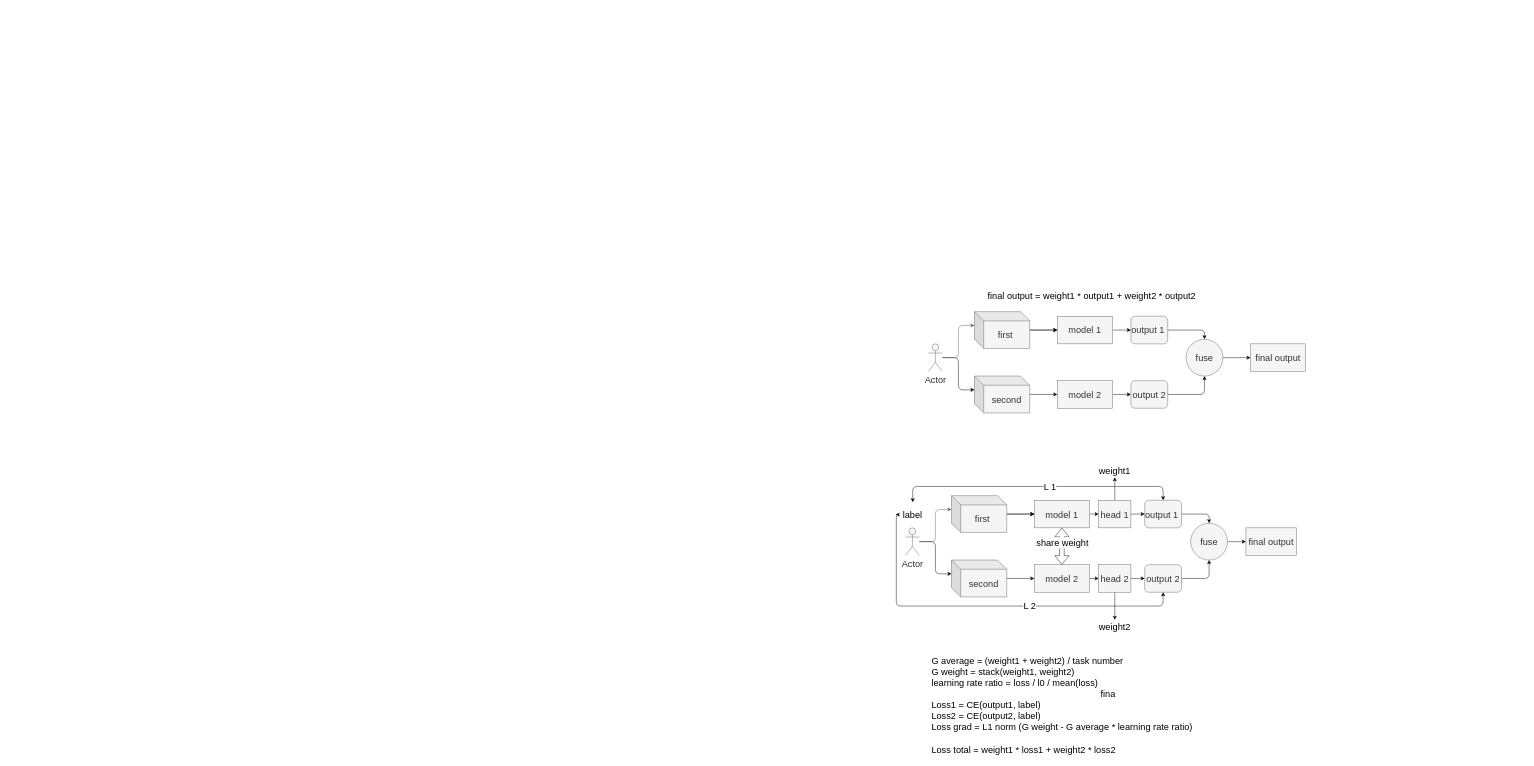
This is page "fusion" (2 of 3) of images/figure.drawio from ChenKaiXuSan/Auto_Gait_Fusion_PyTorch, a draw.io file, before an edit. Source tidied: cells renumbered, new cells numbered last; positions are measured from the earlier drawing's top-left corner, leaving out a move shared by most shapes. Both pictures are drawn from the tidied source at 46%, with x=0, y=0 at pixel (896, 288).
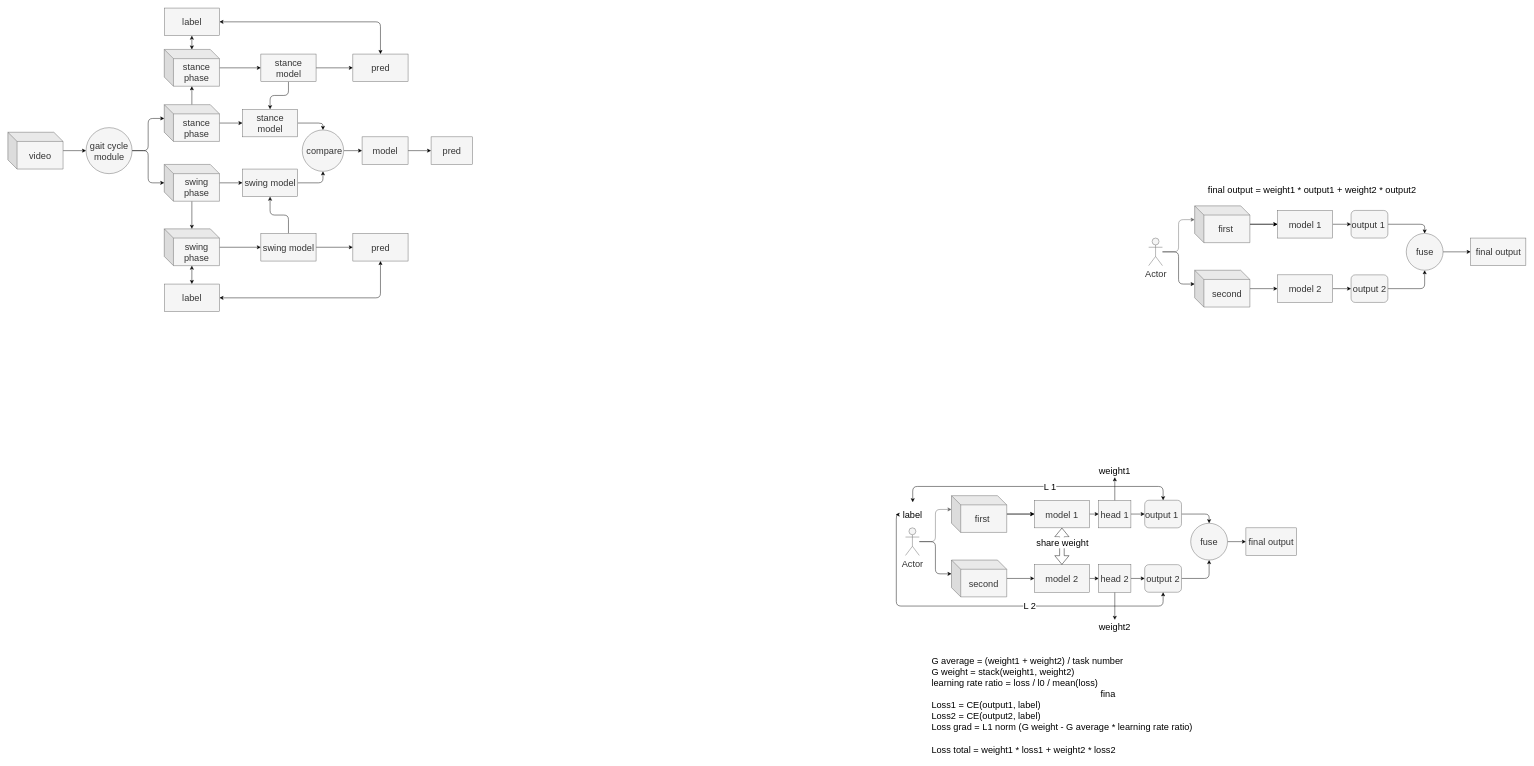
The same diagram, later.

Diff of the diagram source:
```diff
@@
     <mxCell id="3" value="model 1" style="rounded=0;whiteSpace=wrap;html=1;fillColor=#f5f5f5;fontColor=#333333;strokeColor=#666666;fontSize=20;" parent="1" vertex="1">
-      <mxGeometry x="350" y="60" width="120" height="60" as="geometry" />
+      <mxGeometry x="828.6" y="-170" width="120" height="60" as="geometry" />
     </mxCell>
@@
     <mxCell id="5" value="model 2" style="rounded=0;whiteSpace=wrap;html=1;fillColor=#f5f5f5;fontColor=#333333;strokeColor=#666666;fontSize=20;" parent="1" vertex="1">
-      <mxGeometry x="350" y="200" width="120" height="60" as="geometry" />
+      <mxGeometry x="828.6" y="-30" width="120" height="60" as="geometry" />
     </mxCell>
@@
     <mxCell id="8" value="Actor" style="shape=umlActor;verticalLabelPosition=bottom;verticalAlign=top;html=1;outlineConnect=0;fillColor=#f5f5f5;fontColor=#333333;strokeColor=#666666;fontSize=20;" parent="1" vertex="1">
-      <mxGeometry x="70" y="120" width="30" height="60" as="geometry" />
+      <mxGeometry x="548.6" y="-110" width="30" height="60" as="geometry" />
     </mxCell>
@@
     <mxCell id="11" value="first&amp;nbsp;" style="shape=cube;whiteSpace=wrap;html=1;boundedLbl=1;backgroundOutline=1;darkOpacity=0.05;darkOpacity2=0.1;fillColor=#f5f5f5;fontColor=#333333;strokeColor=#666666;fontSize=20;" parent="1" vertex="1">
-      <mxGeometry x="170" y="50" width="120" height="80" as="geometry" />
+      <mxGeometry x="648.6" y="-180" width="120" height="80" as="geometry" />
     </mxCell>
@@
     <mxCell id="13" value="second" style="shape=cube;whiteSpace=wrap;html=1;boundedLbl=1;backgroundOutline=1;darkOpacity=0.05;darkOpacity2=0.1;fillColor=#f5f5f5;fontColor=#333333;strokeColor=#666666;fontSize=20;" parent="1" vertex="1">
-      <mxGeometry x="170" y="190" width="120" height="80" as="geometry" />
+      <mxGeometry x="648.6" y="-40" width="120" height="80" as="geometry" />
     </mxCell>
@@
     <mxCell id="15" value="output 1&amp;nbsp;" style="rounded=1;whiteSpace=wrap;html=1;fillColor=#f5f5f5;fontColor=#333333;strokeColor=#666666;fontSize=20;" parent="1" vertex="1">
-      <mxGeometry x="510" y="60" width="80" height="60" as="geometry" />
+      <mxGeometry x="988.6" y="-170" width="80" height="60" as="geometry" />
     </mxCell>
@@
     <mxCell id="17" value="output 2" style="rounded=1;whiteSpace=wrap;html=1;fillColor=#f5f5f5;fontColor=#333333;strokeColor=#666666;fontSize=20;" parent="1" vertex="1">
-      <mxGeometry x="510" y="200" width="80" height="60" as="geometry" />
+      <mxGeometry x="988.6" y="-30" width="80" height="60" as="geometry" />
     </mxCell>
     <mxCell id="18" value="&lt;font color=&quot;#000000&quot; style=&quot;font-size: 20px;&quot;&gt;final output = weight1 * output1 + weight2 * output2&lt;br style=&quot;font-size: 20px;&quot;&gt;&lt;/font&gt;" style="text;html=1;strokeColor=none;fillColor=none;align=center;verticalAlign=middle;whiteSpace=wrap;rounded=0;fontSize=20;" parent="1" vertex="1">
-      <mxGeometry x="160" width="530" height="30" as="geometry" />
+      <mxGeometry x="638.6" y="-230" width="530" height="30" as="geometry" />
     </mxCell>
@@
     <mxCell id="20" value="fuse" style="ellipse;whiteSpace=wrap;html=1;fontColor=#333333;strokeColor=#666666;fillColor=#f5f5f5;fontSize=20;" parent="1" vertex="1">
-      <mxGeometry x="630" y="110" width="80" height="80" as="geometry" />
+      <mxGeometry x="1108.6" y="-120" width="80" height="80" as="geometry" />
     </mxCell>
@@
     <mxCell id="55" value="final output" style="whiteSpace=wrap;html=1;fontSize=20;fillColor=#f5f5f5;strokeColor=#666666;fontColor=#333333;" parent="1" vertex="1">
-      <mxGeometry x="770" y="120" width="120" height="60" as="geometry" />
+      <mxGeometry x="1248.6" y="-110" width="120" height="60" as="geometry" />
     </mxCell>
@@
+    <mxCell id="58" style="edgeStyle=none;html=1;" parent="1" edge="1" source="60" target="63">
+      <mxGeometry relative="1" as="geometry" />
+    </mxCell>
+    <mxCell id="59" style="edgeStyle=orthogonalEdgeStyle;html=1;startArrow=classic;startFill=1;" parent="1" edge="1" source="60" target="66">
+      <mxGeometry relative="1" as="geometry" />
+    </mxCell>
+    <mxCell id="60" value="stance phase" style="shape=cube;whiteSpace=wrap;html=1;boundedLbl=1;backgroundOutline=1;darkOpacity=0.05;darkOpacity2=0.1;fillColor=#f5f5f5;fontColor=#333333;strokeColor=#666666;fontSize=20;" parent="1" vertex="1">
+      <mxGeometry x="-1591.4" y="-520" width="120" height="80" as="geometry" />
+    </mxCell>
+    <mxCell id="61" style="edgeStyle=none;html=1;" parent="1" edge="1" source="63" target="64">
+      <mxGeometry relative="1" as="geometry" />
+    </mxCell>
+    <mxCell id="62" style="edgeStyle=orthogonalEdgeStyle;html=1;startArrow=none;startFill=0;" parent="1" edge="1" source="63" target="88">
+      <mxGeometry relative="1" as="geometry" />
+    </mxCell>
+    <mxCell id="63" value="stance model" style="rounded=0;whiteSpace=wrap;html=1;fillColor=#f5f5f5;fontColor=#333333;strokeColor=#666666;fontSize=20;" parent="1" vertex="1">
+      <mxGeometry x="-1381.4" y="-510" width="120" height="60" as="geometry" />
+    </mxCell>
+    <mxCell id="64" value="pred" style="whiteSpace=wrap;html=1;fontSize=20;fillColor=#f5f5f5;strokeColor=#666666;fontColor=#333333;rounded=0;" parent="1" vertex="1">
+      <mxGeometry x="-1181.4" y="-510" width="120" height="60" as="geometry" />
+    </mxCell>
+    <mxCell id="65" style="edgeStyle=orthogonalEdgeStyle;html=1;entryX=0.5;entryY=0;entryDx=0;entryDy=0;startArrow=classic;startFill=1;" parent="1" edge="1" source="66" target="64">
+      <mxGeometry relative="1" as="geometry" />
+    </mxCell>
+    <mxCell id="66" value="label" style="whiteSpace=wrap;html=1;fontSize=20;fillColor=#f5f5f5;strokeColor=#666666;fontColor=#333333;rounded=0;" parent="1" vertex="1">
+      <mxGeometry x="-1591.4" y="-610" width="120" height="60" as="geometry" />
+    </mxCell>
+    <mxCell id="67" style="edgeStyle=none;html=1;" parent="1" edge="1" source="69" target="72">
+      <mxGeometry relative="1" as="geometry" />
+    </mxCell>
+    <mxCell id="68" style="edgeStyle=orthogonalEdgeStyle;html=1;startArrow=classic;startFill=1;" parent="1" edge="1" source="69" target="75">
+      <mxGeometry relative="1" as="geometry" />
+    </mxCell>
+    <mxCell id="69" value="swing phase" style="shape=cube;whiteSpace=wrap;html=1;boundedLbl=1;backgroundOutline=1;darkOpacity=0.05;darkOpacity2=0.1;fillColor=#f5f5f5;fontColor=#333333;strokeColor=#666666;fontSize=20;" parent="1" vertex="1">
+      <mxGeometry x="-1591.4" y="-130" width="120" height="80" as="geometry" />
+    </mxCell>
+    <mxCell id="70" style="edgeStyle=none;html=1;" parent="1" edge="1" source="72" target="73">
+      <mxGeometry relative="1" as="geometry" />
+    </mxCell>
+    <mxCell id="71" style="edgeStyle=orthogonalEdgeStyle;html=1;startArrow=none;startFill=0;" parent="1" edge="1" source="72" target="90">
+      <mxGeometry relative="1" as="geometry" />
+    </mxCell>
+    <mxCell id="72" value="swing model" style="rounded=0;whiteSpace=wrap;html=1;fillColor=#f5f5f5;fontColor=#333333;strokeColor=#666666;fontSize=20;" parent="1" vertex="1">
+      <mxGeometry x="-1381.4" y="-120" width="120" height="60" as="geometry" />
+    </mxCell>
+    <mxCell id="73" value="pred" style="whiteSpace=wrap;html=1;fontSize=20;fillColor=#f5f5f5;strokeColor=#666666;fontColor=#333333;rounded=0;" parent="1" vertex="1">
+      <mxGeometry x="-1181.4" y="-120" width="120" height="60" as="geometry" />
+    </mxCell>
+    <mxCell id="74" style="edgeStyle=orthogonalEdgeStyle;html=1;entryX=0.5;entryY=1;entryDx=0;entryDy=0;startArrow=classic;startFill=1;" parent="1" edge="1" source="75" target="73">
+      <mxGeometry relative="1" as="geometry">
+        <Array as="points">
+          <mxPoint x="-1121.4" y="20" />
+        </Array>
+      </mxGeometry>
+    </mxCell>
+    <mxCell id="75" value="label" style="whiteSpace=wrap;html=1;fontSize=20;fillColor=#f5f5f5;strokeColor=#666666;fontColor=#333333;rounded=0;" parent="1" vertex="1">
+      <mxGeometry x="-1591.4" y="-10" width="120" height="60" as="geometry" />
+    </mxCell>
+    <mxCell id="76" style="edgeStyle=orthogonalEdgeStyle;html=1;startArrow=none;startFill=0;" parent="1" edge="1" source="77" target="80">
+      <mxGeometry relative="1" as="geometry" />
+    </mxCell>
+    <mxCell id="77" value="video" style="shape=cube;whiteSpace=wrap;html=1;boundedLbl=1;backgroundOutline=1;darkOpacity=0.05;darkOpacity2=0.1;fillColor=#f5f5f5;fontColor=#333333;strokeColor=#666666;fontSize=20;" parent="1" vertex="1">
+      <mxGeometry x="-1931.4" y="-340" width="120" height="80" as="geometry" />
+    </mxCell>
+    <mxCell id="78" style="edgeStyle=orthogonalEdgeStyle;html=1;startArrow=none;startFill=0;" parent="1" edge="1" source="80" target="86">
+      <mxGeometry relative="1" as="geometry" />
+    </mxCell>
+    <mxCell id="79" style="edgeStyle=orthogonalEdgeStyle;html=1;entryX=0;entryY=0;entryDx=0;entryDy=30;entryPerimeter=0;startArrow=none;startFill=0;" parent="1" edge="1" source="80" target="83">
+      <mxGeometry relative="1" as="geometry" />
+    </mxCell>
+    <mxCell id="80" value="gait cycle module" style="ellipse;whiteSpace=wrap;html=1;fontSize=20;fillColor=#f5f5f5;strokeColor=#666666;fontColor=#333333;" parent="1" vertex="1">
+      <mxGeometry x="-1761.4" y="-350" width="100" height="100" as="geometry" />
+    </mxCell>
+    <mxCell id="81" style="edgeStyle=orthogonalEdgeStyle;html=1;startArrow=none;startFill=0;" parent="1" edge="1" source="83" target="88">
+      <mxGeometry relative="1" as="geometry" />
+    </mxCell>
+    <mxCell id="82" style="edgeStyle=orthogonalEdgeStyle;html=1;startArrow=none;startFill=0;" parent="1" edge="1" source="83" target="60">
+      <mxGeometry relative="1" as="geometry" />
+    </mxCell>
+    <mxCell id="83" value="stance phase" style="shape=cube;whiteSpace=wrap;html=1;boundedLbl=1;backgroundOutline=1;darkOpacity=0.05;darkOpacity2=0.1;fillColor=#f5f5f5;fontColor=#333333;strokeColor=#666666;fontSize=20;" parent="1" vertex="1">
+      <mxGeometry x="-1591.4" y="-400" width="120" height="80" as="geometry" />
+    </mxCell>
+    <mxCell id="84" style="edgeStyle=orthogonalEdgeStyle;html=1;startArrow=none;startFill=0;" parent="1" edge="1" source="86" target="90">
+      <mxGeometry relative="1" as="geometry" />
+    </mxCell>
+    <mxCell id="85" style="edgeStyle=orthogonalEdgeStyle;html=1;startArrow=none;startFill=0;" parent="1" edge="1" source="86" target="69">
+      <mxGeometry relative="1" as="geometry" />
+    </mxCell>
+    <mxCell id="86" value="swing phase" style="shape=cube;whiteSpace=wrap;html=1;boundedLbl=1;backgroundOutline=1;darkOpacity=0.05;darkOpacity2=0.1;fillColor=#f5f5f5;fontColor=#333333;strokeColor=#666666;fontSize=20;" parent="1" vertex="1">
+      <mxGeometry x="-1591.4" y="-270" width="120" height="80" as="geometry" />
+    </mxCell>
+    <mxCell id="87" style="edgeStyle=orthogonalEdgeStyle;html=1;entryX=0.5;entryY=0;entryDx=0;entryDy=0;startArrow=none;startFill=0;" parent="1" edge="1" source="88" target="92">
+      <mxGeometry relative="1" as="geometry" />
+    </mxCell>
+    <mxCell id="88" value="stance model" style="rounded=0;whiteSpace=wrap;html=1;fillColor=#f5f5f5;fontColor=#333333;strokeColor=#666666;fontSize=20;" parent="1" vertex="1">
+      <mxGeometry x="-1421.4" y="-390" width="120" height="60" as="geometry" />
+    </mxCell>
+    <mxCell id="89" style="edgeStyle=orthogonalEdgeStyle;html=1;startArrow=none;startFill=0;entryX=0.5;entryY=1;entryDx=0;entryDy=0;" parent="1" edge="1" source="90" target="92">
+      <mxGeometry relative="1" as="geometry" />
+    </mxCell>
+    <mxCell id="90" value="swing model" style="rounded=0;whiteSpace=wrap;html=1;fillColor=#f5f5f5;fontColor=#333333;strokeColor=#666666;fontSize=20;" parent="1" vertex="1">
+      <mxGeometry x="-1421.4" y="-260" width="120" height="60" as="geometry" />
+    </mxCell>
+    <mxCell id="91" style="edgeStyle=orthogonalEdgeStyle;html=1;startArrow=none;startFill=0;" parent="1" edge="1" source="92" target="94">
+      <mxGeometry relative="1" as="geometry" />
+    </mxCell>
+    <mxCell id="92" value="&amp;nbsp;compare" style="ellipse;whiteSpace=wrap;html=1;fontSize=20;fillColor=#f5f5f5;strokeColor=#666666;fontColor=#333333;rounded=0;" parent="1" vertex="1">
+      <mxGeometry x="-1291.4" y="-345" width="90" height="90" as="geometry" />
+    </mxCell>
+    <mxCell id="93" style="edgeStyle=orthogonalEdgeStyle;html=1;startArrow=none;startFill=0;" parent="1" edge="1" source="94" target="95">
+      <mxGeometry relative="1" as="geometry" />
+    </mxCell>
+    <mxCell id="94" value="model" style="rounded=0;whiteSpace=wrap;html=1;fillColor=#f5f5f5;fontColor=#333333;strokeColor=#666666;fontSize=20;" parent="1" vertex="1">
+      <mxGeometry x="-1161.4" y="-330" width="100" height="60" as="geometry" />
+    </mxCell>
+    <mxCell id="95" value="pred" style="whiteSpace=wrap;html=1;fontSize=20;fillColor=#f5f5f5;strokeColor=#666666;fontColor=#333333;rounded=0;" parent="1" vertex="1">
+      <mxGeometry x="-1011.4" y="-330" width="90" height="60" as="geometry" />
+    </mxCell>
```
